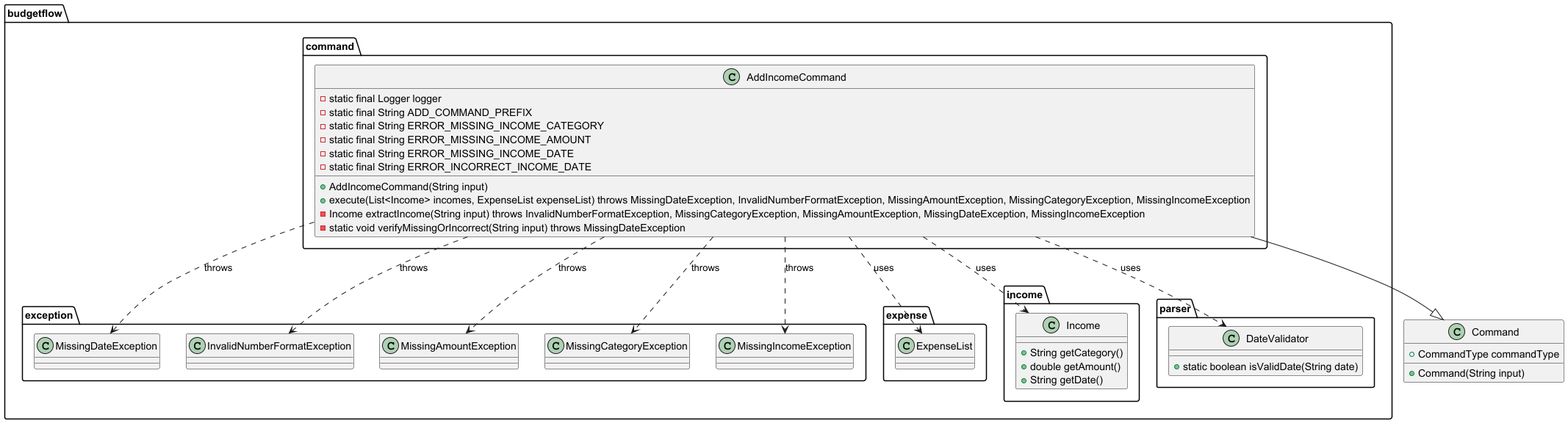
The PlantUML diagram docs/diagrams/add_income_command_class.png in thienkimtranhoang/tp, before a commit. The source it was exported from:
```plantuml
@startuml
package budgetflow.command {
    class AddIncomeCommand {
        - static final Logger logger
        - static final String ADD_COMMAND_PREFIX
        - static final String ERROR_MISSING_INCOME_CATEGORY
        - static final String ERROR_MISSING_INCOME_AMOUNT
        - static final String ERROR_MISSING_INCOME_DATE
        - static final String ERROR_INCORRECT_INCOME_DATE
        + AddIncomeCommand(String input)
        + execute(List<Income> incomes, ExpenseList expenseList) throws MissingDateException, InvalidNumberFormatException, MissingAmountException, MissingCategoryException, MissingIncomeException
        - Income extractIncome(String input) throws InvalidNumberFormatException, MissingCategoryException, MissingAmountException, MissingDateException, MissingIncomeException
        - static void verifyMissingOrIncorrect(String input) throws MissingDateException
    }
}

package budgetflow.exception {
    class MissingDateException
    class InvalidNumberFormatException
    class MissingAmountException
    class MissingCategoryException
    class MissingIncomeException
}

package budgetflow.expense {
    class ExpenseList
}

package budgetflow.income {
    class Income {
        + String getCategory()
        + double getAmount()
        + String getDate()
    }
}

package budgetflow.parser {
    class DateValidator {
        + static boolean isValidDate(String date)
    }
}

class Command {
    + Command(String input)
    + CommandType commandType
}

AddIncomeCommand --|> Command
AddIncomeCommand ..> MissingDateException : throws
AddIncomeCommand ..> InvalidNumberFormatException : throws
AddIncomeCommand ..> MissingAmountException : throws
AddIncomeCommand ..> MissingCategoryException : throws
AddIncomeCommand ..> MissingIncomeException : throws
AddIncomeCommand ..> Income : uses
AddIncomeCommand ..> ExpenseList : uses
AddIncomeCommand ..> DateValidator : uses

@enduml
```
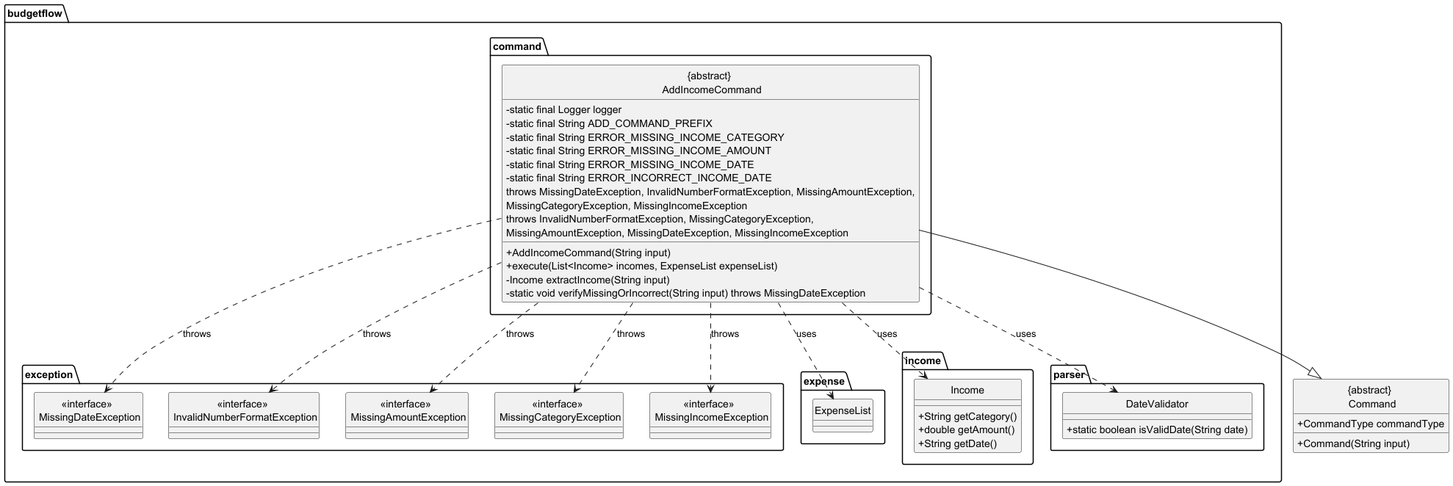
The same file after the commit.

Change to the diagram source:
```diff
@@ -1,6 +1,11 @@
 @startuml
+
+hide circle
+skinparam classAttributeIconSize 0
+
 package budgetflow.command {
-    class AddIncomeCommand {
+
+    class "{abstract} \n AddIncomeCommand" {
         - static final Logger logger
         - static final String ADD_COMMAND_PREFIX
         - static final String ERROR_MISSING_INCOME_CATEGORY
@@ -8,18 +13,22 @@
         - static final String ERROR_MISSING_INCOME_DATE
         - static final String ERROR_INCORRECT_INCOME_DATE
         + AddIncomeCommand(String input)
-        + execute(List<Income> incomes, ExpenseList expenseList) throws MissingDateException, InvalidNumberFormatException, MissingAmountException, MissingCategoryException, MissingIncomeException
-        - Income extractIncome(String input) throws InvalidNumberFormatException, MissingCategoryException, MissingAmountException, MissingDateException, MissingIncomeException
+        + execute(List<Income> incomes, ExpenseList expenseList)
+          throws MissingDateException, InvalidNumberFormatException, MissingAmountException,
+                 MissingCategoryException, MissingIncomeException
+        - Income extractIncome(String input)
+          throws InvalidNumberFormatException, MissingCategoryException,
+                 MissingAmountException, MissingDateException, MissingIncomeException
         - static void verifyMissingOrIncorrect(String input) throws MissingDateException
     }
 }
 
 package budgetflow.exception {
-    class MissingDateException
-    class InvalidNumberFormatException
-    class MissingAmountException
-    class MissingCategoryException
-    class MissingIncomeException
+    class "<<interface>> \n MissingDateException"
+    class "<<interface>> \n InvalidNumberFormatException"
+    class "<<interface>> \n MissingAmountException"
+    class "<<interface>> \n MissingCategoryException"
+    class "<<interface>> \n MissingIncomeException"
 }
 
 package budgetflow.expense {
@@ -40,19 +49,19 @@
     }
 }
 
-class Command {
+class "{abstract} \n Command" {
     + Command(String input)
     + CommandType commandType
 }
 
-AddIncomeCommand --|> Command
-AddIncomeCommand ..> MissingDateException : throws
-AddIncomeCommand ..> InvalidNumberFormatException : throws
-AddIncomeCommand ..> MissingAmountException : throws
-AddIncomeCommand ..> MissingCategoryException : throws
-AddIncomeCommand ..> MissingIncomeException : throws
-AddIncomeCommand ..> Income : uses
-AddIncomeCommand ..> ExpenseList : uses
-AddIncomeCommand ..> DateValidator : uses
+"{abstract} \n AddIncomeCommand" --|> "{abstract} \n Command"
+"{abstract} \n AddIncomeCommand" ..> "<<interface>> \n MissingDateException" : throws
+"{abstract} \n AddIncomeCommand" ..> "<<interface>> \n InvalidNumberFormatException" : throws
+"{abstract} \n AddIncomeCommand" ..> "<<interface>> \n MissingAmountException" : throws
+"{abstract} \n AddIncomeCommand" ..> "<<interface>> \n MissingCategoryException" : throws
+"{abstract} \n AddIncomeCommand" ..> "<<interface>> \n MissingIncomeException" : throws
+"{abstract} \n AddIncomeCommand" ..> Income : uses
+"{abstract} \n AddIncomeCommand" ..> ExpenseList : uses
+"{abstract} \n AddIncomeCommand" ..> DateValidator : uses
 
 @enduml
```
